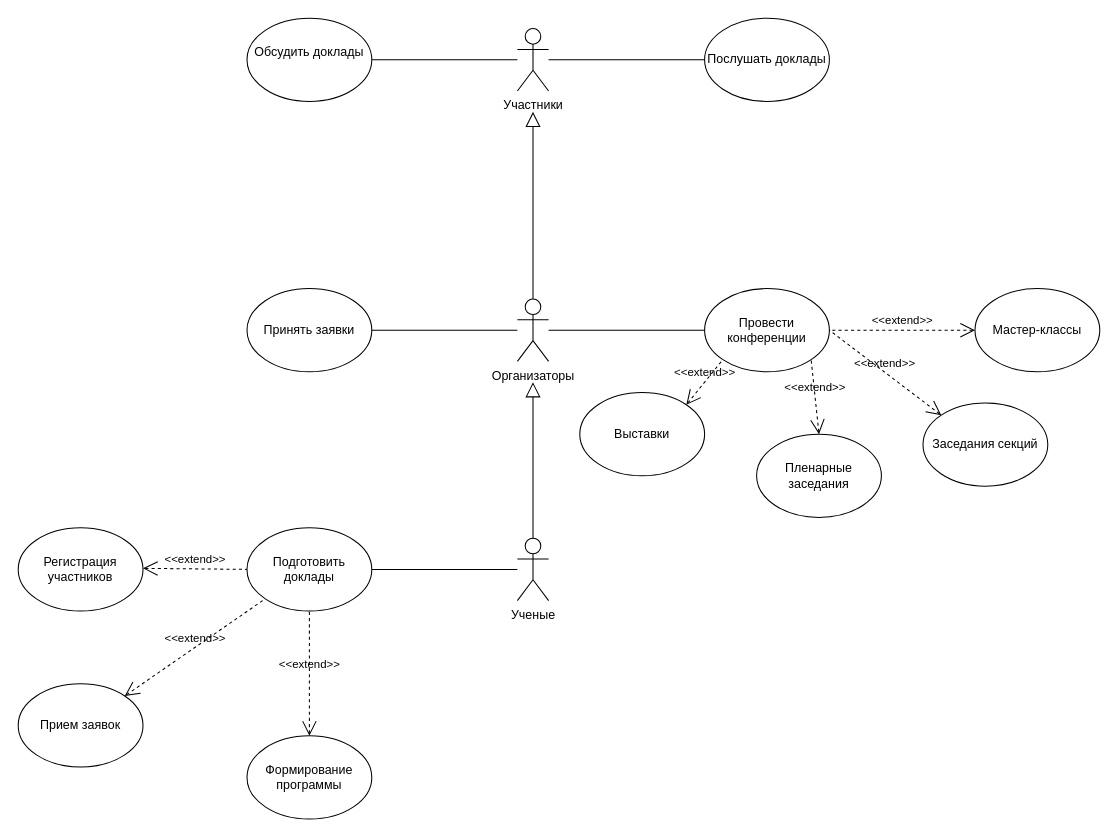
Before: Диаграмма без названия.drawio in makatom15/scientific-conference-, a draw.io diagram. Source tidied: cells renumbered, new cells numbered last; positions are measured from the earlier drawing's top-left corner, leaving out a move shared by most shapes. Both pictures are drawn from the tidied source at 104%, with x=0, y=0 at pixel (18, 18).
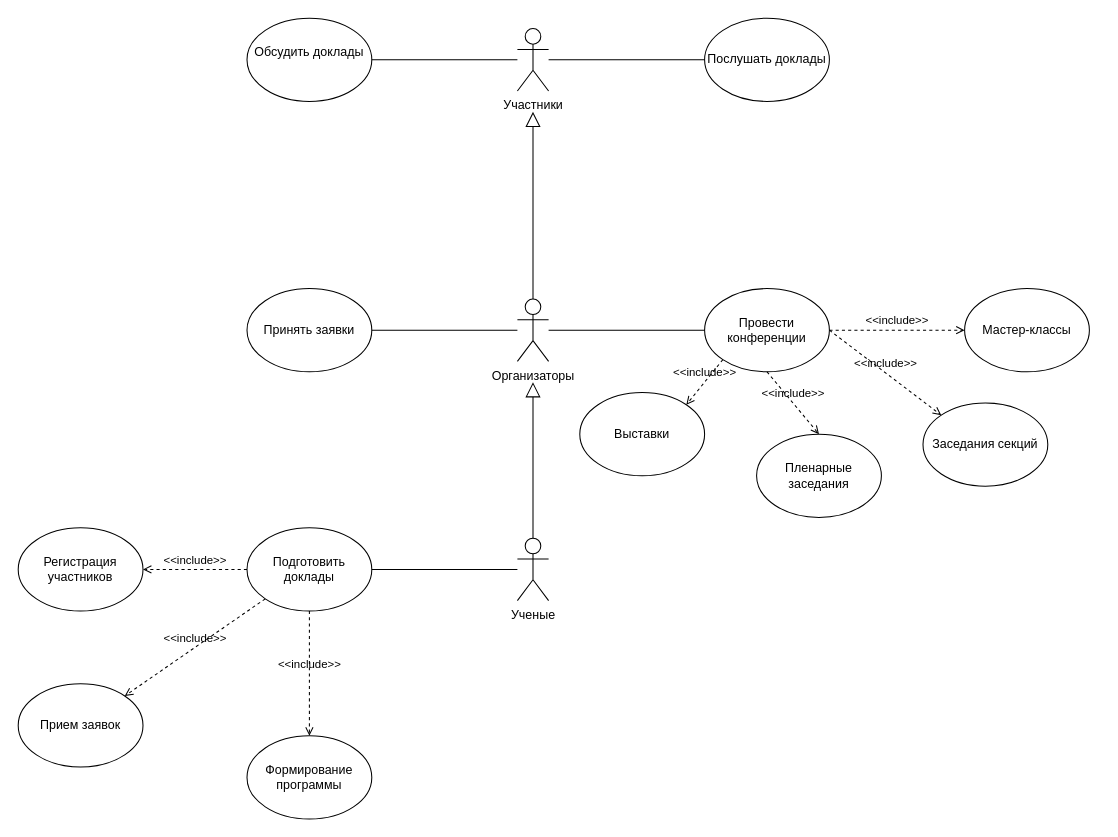
The same page after the edit.

Unchanged cells that the change refers to:
```xml
<mxCell id="4" value="Подготовить доклады" style="ellipse;whiteSpace=wrap;html=1;" parent="1" vertex="1">
  <mxGeometry x="220" y="490" width="120" height="80" as="geometry" />
</mxCell>
<mxCell id="9" value="Провести конференции" style="ellipse;whiteSpace=wrap;html=1;" parent="1" vertex="1">
  <mxGeometry x="660" y="260" width="120" height="80" as="geometry" />
</mxCell>
<mxCell id="17" value="Формирование программы" style="ellipse;whiteSpace=wrap;html=1;" parent="1" vertex="1">
  <mxGeometry x="220" y="690" width="120" height="80" as="geometry" />
</mxCell>
<mxCell id="18" value="Прием заявок" style="ellipse;whiteSpace=wrap;html=1;" parent="1" vertex="1">
  <mxGeometry y="640" width="120" height="80" as="geometry" />
</mxCell>
<mxCell id="19" value="Регистрация участников" style="ellipse;whiteSpace=wrap;html=1;" parent="1" vertex="1">
  <mxGeometry y="490" width="120" height="80" as="geometry" />
</mxCell>
<mxCell id="23" value="Пленарные заседания" style="ellipse;whiteSpace=wrap;html=1;" parent="1" vertex="1">
  <mxGeometry x="710" y="400" width="120" height="80" as="geometry" />
</mxCell>
<mxCell id="24" value="Заседания секций" style="ellipse;whiteSpace=wrap;html=1;" parent="1" vertex="1">
  <mxGeometry x="870" y="370" width="120" height="80" as="geometry" />
</mxCell>
<mxCell id="26" value="Выставки" style="ellipse;whiteSpace=wrap;html=1;" parent="1" vertex="1">
  <mxGeometry x="540" y="360" width="120" height="80" as="geometry" />
</mxCell>
```

Diff of the diagram source:
```diff
@@
-    <mxCell id="20" value="&amp;lt;&amp;lt;extend&amp;gt;&amp;gt;" style="edgeStyle=none;html=1;startArrow=open;endArrow=none;startSize=12;verticalAlign=bottom;dashed=1;labelBackgroundColor=none;rounded=0;entryX=0;entryY=0.5;entryDx=0;entryDy=0;" parent="1" edge="1" target="4">
-      <mxGeometry relative="1" as="geometry">
-        <mxPoint x="120" y="529" as="sourcePoint" />
-      </mxGeometry>
-    </mxCell>
-    <mxCell id="21" value="&amp;lt;&amp;lt;extend&amp;gt;&amp;gt;" style="edgeStyle=none;html=1;startArrow=open;endArrow=none;startSize=12;verticalAlign=bottom;dashed=1;labelBackgroundColor=none;rounded=0;exitX=1;exitY=0;exitDx=0;exitDy=0;entryX=0;entryY=1;entryDx=0;entryDy=0;" parent="1" edge="1" source="18" target="4">
-      <mxGeometry relative="1" as="geometry" />
-    </mxCell>
-    <mxCell id="22" value="&amp;lt;&amp;lt;extend&amp;gt;&amp;gt;" style="edgeStyle=none;html=1;startArrow=open;endArrow=none;startSize=12;verticalAlign=bottom;dashed=1;labelBackgroundColor=none;rounded=0;entryX=0.5;entryY=1;entryDx=0;entryDy=0;exitX=0.5;exitY=0;exitDx=0;exitDy=0;" parent="1" edge="1" source="17" target="4">
-      <mxGeometry relative="1" as="geometry" />
-    </mxCell>
@@
     <mxCell id="25" value="Мастер-классы" style="ellipse;whiteSpace=wrap;html=1;" parent="1" vertex="1">
-      <mxGeometry x="920" y="260" width="120" height="80" as="geometry" />
+      <mxGeometry x="910" y="260" width="120" height="80" as="geometry" />
     </mxCell>
@@
-    <mxCell id="27" value="&amp;lt;&amp;lt;extend&amp;gt;&amp;gt;" style="edgeStyle=none;html=1;startArrow=open;endArrow=none;startSize=12;verticalAlign=bottom;dashed=1;labelBackgroundColor=none;rounded=0;entryX=1;entryY=0.5;entryDx=0;entryDy=0;exitX=0;exitY=0.5;exitDx=0;exitDy=0;" parent="1" edge="1" source="25" target="9">
-      <mxGeometry relative="1" as="geometry" />
-    </mxCell>
-    <mxCell id="28" value="&amp;lt;&amp;lt;extend&amp;gt;&amp;gt;" style="edgeStyle=none;html=1;startArrow=open;endArrow=none;startSize=12;verticalAlign=bottom;dashed=1;labelBackgroundColor=none;rounded=0;exitX=1;exitY=0;exitDx=0;exitDy=0;entryX=0;entryY=1;entryDx=0;entryDy=0;" parent="1" edge="1" source="26" target="9">
-      <mxGeometry relative="1" as="geometry" />
-    </mxCell>
-    <mxCell id="29" value="&amp;lt;&amp;lt;extend&amp;gt;&amp;gt;" style="edgeStyle=none;html=1;startArrow=open;endArrow=none;startSize=12;verticalAlign=bottom;dashed=1;labelBackgroundColor=none;rounded=0;exitX=0.5;exitY=0;exitDx=0;exitDy=0;entryX=1;entryY=1;entryDx=0;entryDy=0;" parent="1" edge="1" source="23" target="9">
-      <mxGeometry relative="1" as="geometry" />
-    </mxCell>
-    <mxCell id="30" value="&amp;lt;&amp;lt;extend&amp;gt;&amp;gt;" style="edgeStyle=none;html=1;startArrow=open;endArrow=none;startSize=12;verticalAlign=bottom;dashed=1;labelBackgroundColor=none;rounded=0;exitX=0;exitY=0;exitDx=0;exitDy=0;entryX=1;entryY=0.5;entryDx=0;entryDy=0;" parent="1" edge="1" source="24" target="9">
-      <mxGeometry relative="1" as="geometry" />
-    </mxCell>
+    <mxCell id="31" value="&amp;lt;&amp;lt;include&amp;gt;&amp;gt;" style="edgeStyle=none;html=1;endArrow=open;verticalAlign=bottom;dashed=1;labelBackgroundColor=none;rounded=0;exitX=1;exitY=0.5;exitDx=0;exitDy=0;entryX=0;entryY=0.5;entryDx=0;entryDy=0;" parent="1" edge="1" source="9" target="25">
+      <mxGeometry relative="1" as="geometry" />
+    </mxCell>
+    <mxCell id="32" value="&amp;lt;&amp;lt;include&amp;gt;&amp;gt;" style="edgeStyle=none;html=1;endArrow=open;verticalAlign=bottom;dashed=1;labelBackgroundColor=none;rounded=0;entryX=0;entryY=0;entryDx=0;entryDy=0;exitX=1;exitY=0.5;exitDx=0;exitDy=0;" parent="1" edge="1" source="9" target="24">
+      <mxGeometry relative="1" as="geometry" />
+    </mxCell>
+    <mxCell id="33" value="&amp;lt;&amp;lt;include&amp;gt;&amp;gt;" style="edgeStyle=none;html=1;endArrow=open;verticalAlign=bottom;dashed=1;labelBackgroundColor=none;rounded=0;exitX=0.5;exitY=1;exitDx=0;exitDy=0;entryX=0.5;entryY=0;entryDx=0;entryDy=0;" parent="1" edge="1" source="9" target="23">
+      <mxGeometry relative="1" as="geometry" />
+    </mxCell>
+    <mxCell id="34" value="&amp;lt;&amp;lt;include&amp;gt;&amp;gt;" style="edgeStyle=none;html=1;endArrow=open;verticalAlign=bottom;dashed=1;labelBackgroundColor=none;rounded=0;exitX=0;exitY=1;exitDx=0;exitDy=0;entryX=1;entryY=0;entryDx=0;entryDy=0;" parent="1" edge="1" source="9" target="26">
+      <mxGeometry relative="1" as="geometry" />
+    </mxCell>
+    <mxCell id="35" value="&amp;lt;&amp;lt;include&amp;gt;&amp;gt;" style="edgeStyle=none;html=1;endArrow=open;verticalAlign=bottom;dashed=1;labelBackgroundColor=none;rounded=0;exitX=0;exitY=0.5;exitDx=0;exitDy=0;entryX=1;entryY=0.5;entryDx=0;entryDy=0;" parent="1" edge="1" source="4" target="19">
+      <mxGeometry relative="1" as="geometry" />
+    </mxCell>
+    <mxCell id="36" value="&amp;lt;&amp;lt;include&amp;gt;&amp;gt;" style="edgeStyle=none;html=1;endArrow=open;verticalAlign=bottom;dashed=1;labelBackgroundColor=none;rounded=0;exitX=0;exitY=1;exitDx=0;exitDy=0;entryX=1;entryY=0;entryDx=0;entryDy=0;" parent="1" edge="1" source="4" target="18">
+      <mxGeometry relative="1" as="geometry" />
+    </mxCell>
+    <mxCell id="37" value="&amp;lt;&amp;lt;include&amp;gt;&amp;gt;" style="edgeStyle=none;html=1;endArrow=open;verticalAlign=bottom;dashed=1;labelBackgroundColor=none;rounded=0;exitX=0.5;exitY=1;exitDx=0;exitDy=0;entryX=0.5;entryY=0;entryDx=0;entryDy=0;" parent="1" edge="1" source="4" target="17">
+      <mxGeometry relative="1" as="geometry" />
+    </mxCell>
```
